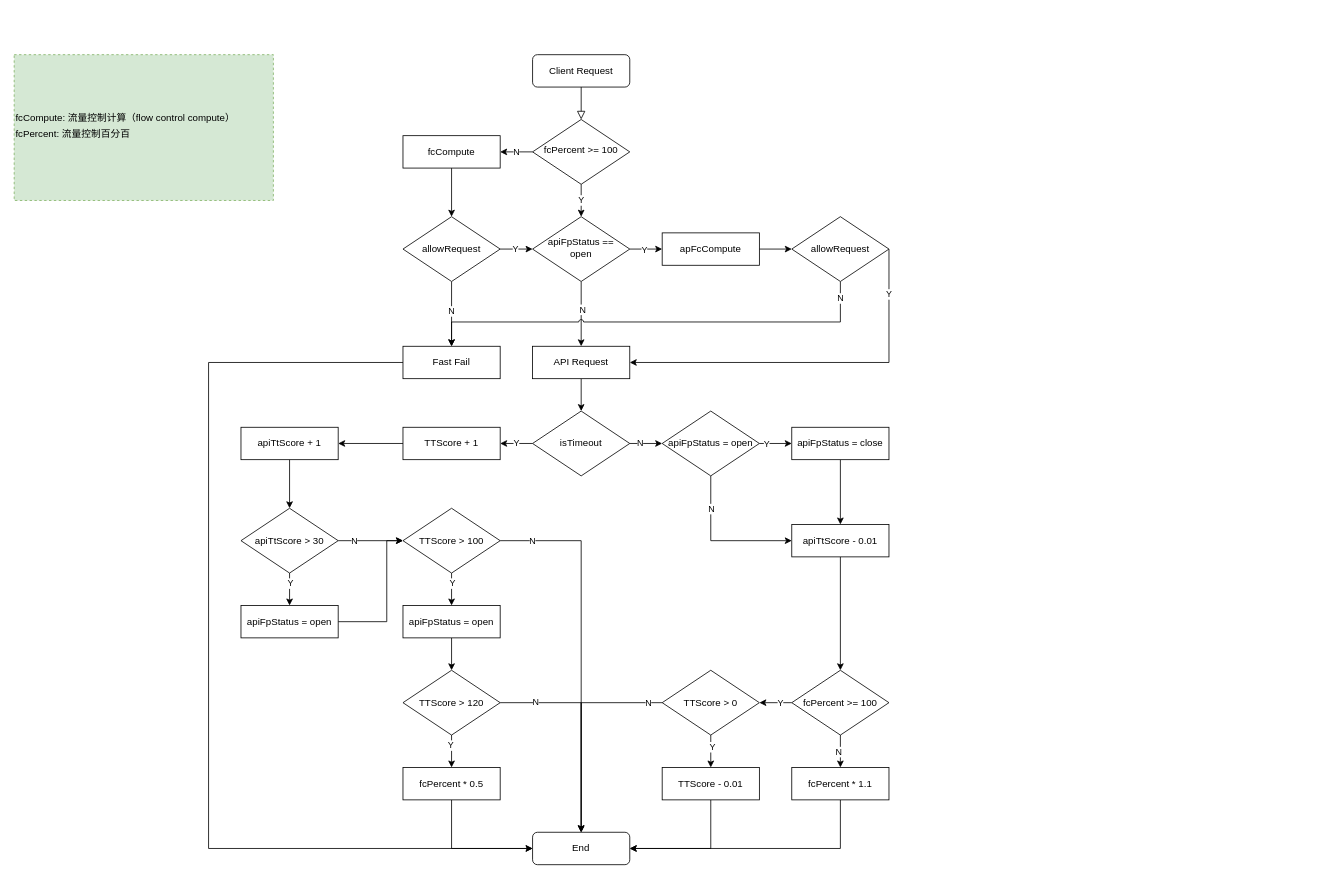
Above: 熔断.drawio in CQEvan/draw (draw.io), before the change. Source tidied: cells renumbered, new cells numbered last; positions are measured from the earlier drawing's top-left corner, leaving out a move shared by most shapes. Both pictures are drawn from the tidied source at 81%, with x=0, y=0 at pixel (14, 54).
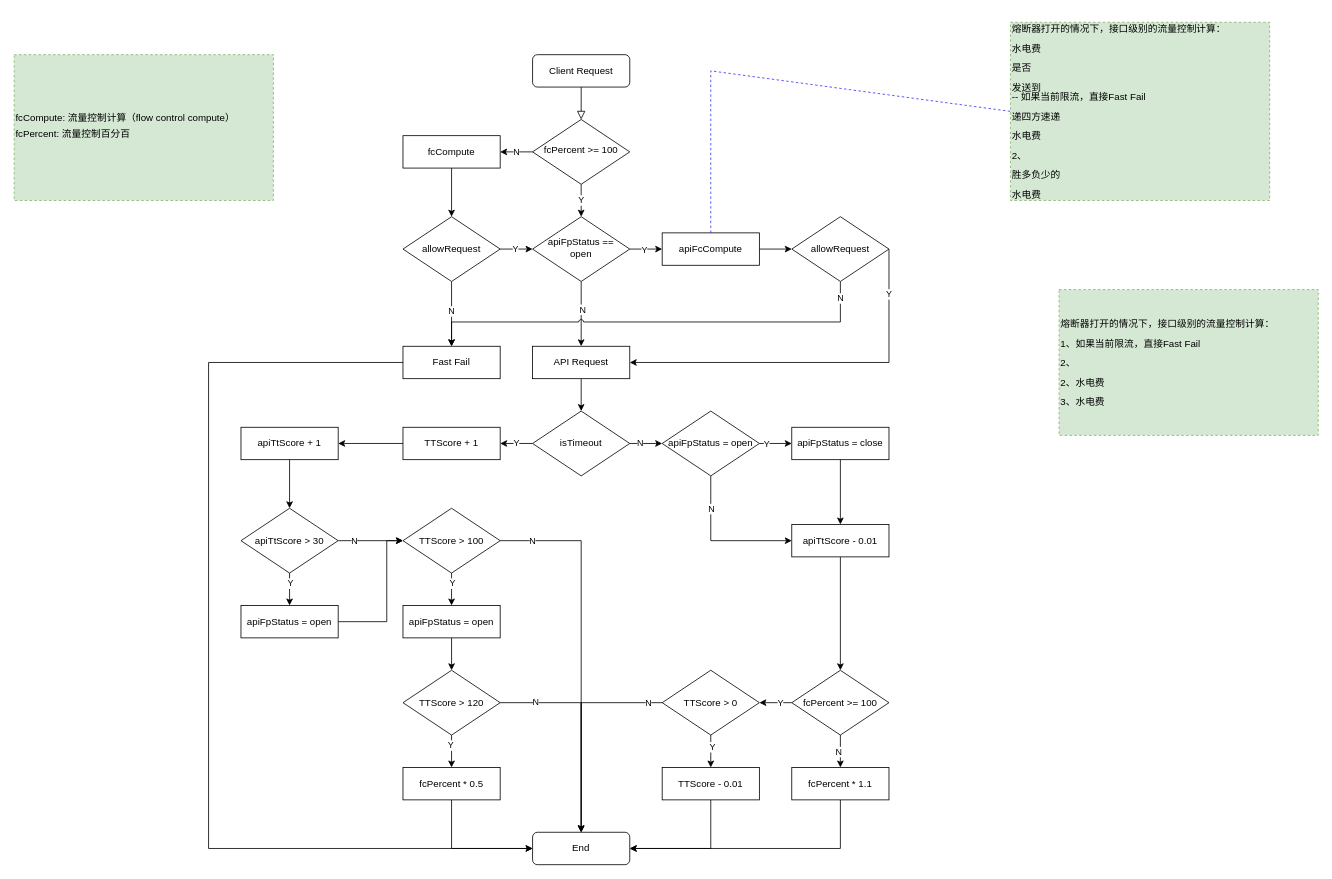
The same page after the edit.

Change to the diagram source:
```diff
@@
-    <mxCell id="60" value="apFcCompute" style="rounded=0;whiteSpace=wrap;html=1;fontSize=12;glass=0;strokeWidth=1;shadow=0;" parent="1" vertex="1">
+    <mxCell id="60" value="apiFcCompute" style="rounded=0;whiteSpace=wrap;html=1;fontSize=12;glass=0;strokeWidth=1;shadow=0;" parent="1" vertex="1">
       <mxGeometry x="800" y="220" width="120" height="40" as="geometry" />
     </mxCell>
@@
+    <mxCell id="84" value="&lt;p style=&quot;line-height: 100%&quot;&gt;熔断器打开的情况下，接口级别的流量控制计算：&lt;/p&gt;&lt;p style=&quot;line-height: 100%&quot;&gt;水电费&lt;/p&gt;&lt;p style=&quot;line-height: 100%&quot;&gt;是否&lt;/p&gt;&lt;p style=&quot;line-height: 100%&quot;&gt;发送到&lt;br&gt;-- 如果当前限流，直接Fast Fail&lt;/p&gt;&lt;p style=&quot;line-height: 100%&quot;&gt;递四方速递&lt;/p&gt;&lt;p style=&quot;line-height: 100%&quot;&gt;水电费&lt;/p&gt;&lt;p style=&quot;line-height: 100%&quot;&gt;2、&lt;/p&gt;&lt;p style=&quot;line-height: 100%&quot;&gt;胜多负少的&lt;/p&gt;&lt;p style=&quot;line-height: 100%&quot;&gt;水电费&lt;/p&gt;" style="rounded=0;whiteSpace=wrap;html=1;dashed=1;fillColor=#d5e8d4;strokeColor=#82b366;align=left;" parent="1" vertex="1">
+      <mxGeometry x="1230" y="-40" width="320" height="220" as="geometry" />
+    </mxCell>
+    <mxCell id="85" style="endArrow=none;html=1;strokeWidth=1;exitX=0.5;exitY=0;exitDx=0;exitDy=0;entryX=0;entryY=0.5;entryDx=0;entryDy=0;strokeColor=#3333FF;rounded=0;dashed=1;" parent="1" edge="1" source="60" target="84">
+      <mxGeometry relative="1" as="geometry">
+        <Array as="points">
+          <mxPoint x="860" y="20" />
+        </Array>
+      </mxGeometry>
+    </mxCell>
+    <mxCell id="86" value="&lt;span style=&quot;text-align: center ; line-height: 200%&quot;&gt;&lt;span style=&quot;text-align: left&quot;&gt;熔断器打开的情况下，接口级别的流量控制计算：&lt;br&gt;&lt;/span&gt;1、如果当前限流，直接Fast Fail&lt;br&gt;2、&lt;br&gt;2、水电费&lt;br&gt;3、水电费&lt;br&gt;&lt;/span&gt;" style="rounded=0;whiteSpace=wrap;html=1;dashed=1;fillColor=#d5e8d4;strokeColor=#82b366;align=left;" parent="1" vertex="1">
+      <mxGeometry x="1290" y="290" width="320" height="180" as="geometry" />
+    </mxCell>
```
